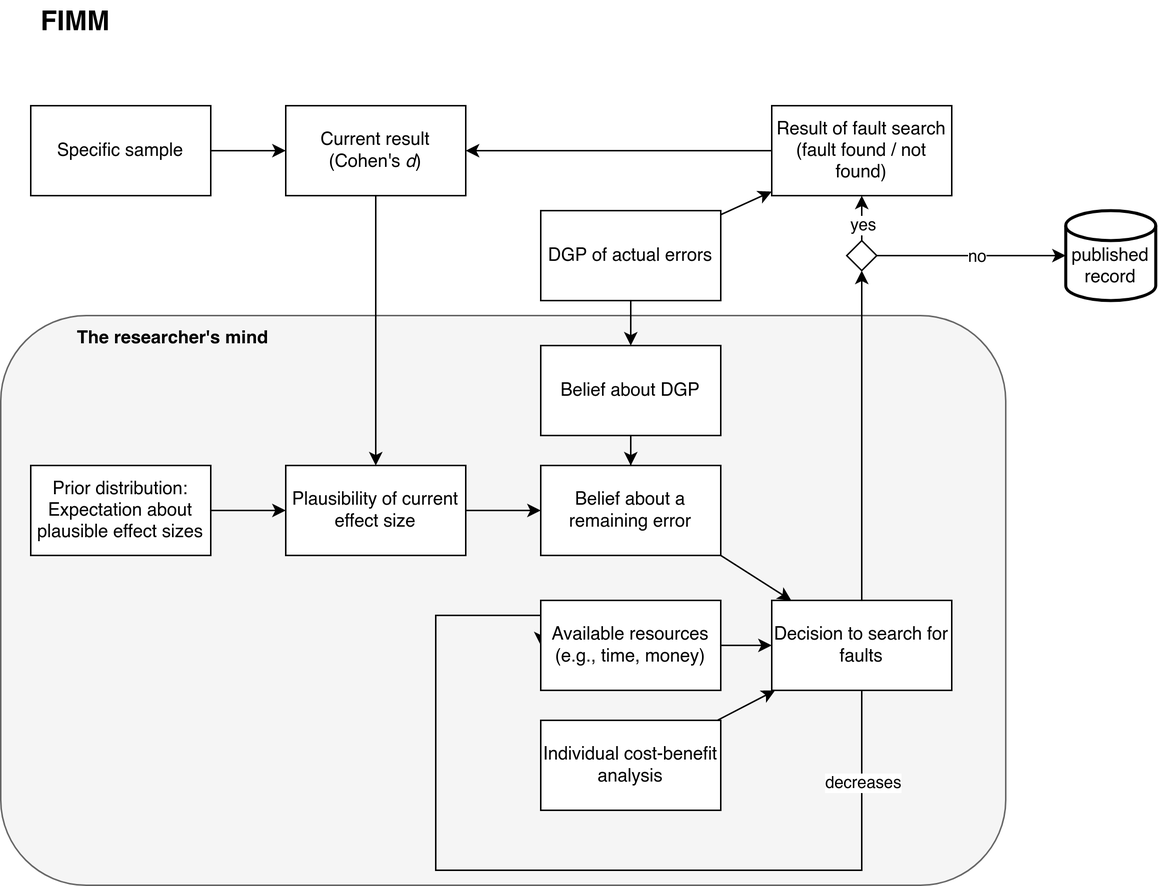
The draw.io diagram scientific_errors_VAST.drawio.png in nicebread/scientific_errors, before a commit. Source tidied: cells renumbered, new cells last; positions are measured from the earlier drawing's top-left corner, leaving out a move shared by most shapes.
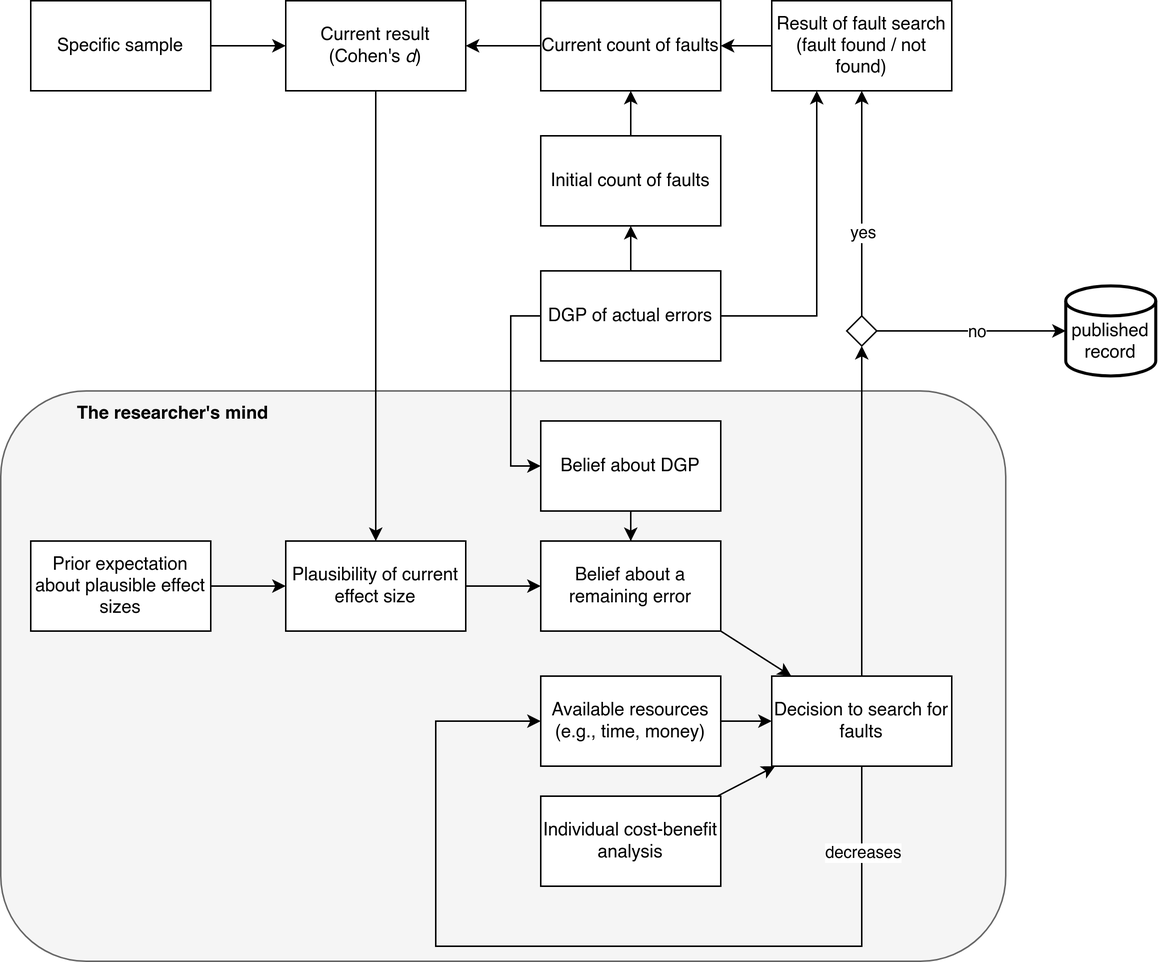
Above is the later version.

Diff of the diagram source:
```diff
@@ -14,15 +14,12 @@
     <mxCell id="5" value="Plausibility of current effect size" style="rounded=0;whiteSpace=wrap;html=1;" parent="1" vertex="1">
       <mxGeometry x="190" y="310" width="120" height="60" as="geometry" />
     </mxCell>
-    <mxCell id="6" value="FIMM" style="text;html=1;strokeColor=none;fillColor=none;align=center;verticalAlign=middle;whiteSpace=wrap;rounded=0;fontStyle=1;fontSize=18;" parent="1" vertex="1">
-      <mxGeometry x="20" width="60" height="30" as="geometry" />
-    </mxCell>
     <mxCell id="7" style="edgeStyle=orthogonalEdgeStyle;rounded=0;jettySize=auto;html=1;exitX=0.5;exitY=1;exitDx=0;exitDy=0;entryX=0;entryY=0.5;entryDx=0;entryDy=0;" parent="1" edge="1" source="9" target="11">
       <mxGeometry relative="1" as="geometry">
         <Array as="points">
           <mxPoint x="574" y="580" />
           <mxPoint x="290" y="580" />
-          <mxPoint x="290" y="410" />
+          <mxPoint x="290" y="430" />
         </Array>
       </mxGeometry>
     </mxCell>
@@ -41,7 +38,7 @@
     <mxCell id="12" style="endArrow=classic;html=1;rounded=0;" parent="1" edge="1" source="11" target="9">
       <mxGeometry relative="1" as="geometry" />
     </mxCell>
-    <mxCell id="13" value="Prior distribution: Expectation about plausible effect sizes" style="rounded=0;whiteSpace=wrap;html=1;" parent="1" vertex="1">
+    <mxCell id="13" value="Prior expectation about plausible effect sizes" style="rounded=0;whiteSpace=wrap;html=1;" parent="1" vertex="1">
       <mxGeometry x="20" y="310" width="120" height="60" as="geometry" />
     </mxCell>
     <mxCell id="14" style="endArrow=classic;html=1;rounded=0;" parent="1" edge="1" source="13" target="5">
@@ -59,8 +56,11 @@
     <mxCell id="18" style="endArrow=classic;html=1;rounded=0;" parent="1" edge="1" source="17" target="9">
       <mxGeometry relative="1" as="geometry" />
     </mxCell>
+    <mxCell id="38" style="edgeStyle=orthogonalEdgeStyle;rounded=0;jettySize=auto;html=1;exitX=0;exitY=0.5;exitDx=0;exitDy=0;entryX=1;entryY=0.5;entryDx=0;entryDy=0;" parent="1" edge="1" source="19" target="43">
+      <mxGeometry relative="1" as="geometry" />
+    </mxCell>
     <mxCell id="19" value="Result of fault search&lt;br&gt;(fault found / not found)" style="rounded=0;whiteSpace=wrap;html=1;" parent="1" vertex="1">
-      <mxGeometry x="514" y="70" width="120" height="60" as="geometry" />
+      <mxGeometry x="514" y="-50" width="120" height="60" as="geometry" />
     </mxCell>
     <mxCell id="20" style="endArrow=classic;html=1;rounded=0;" parent="1" edge="1" source="33" target="19">
       <mxGeometry relative="1" as="geometry" />
@@ -70,26 +70,26 @@
         <mxPoint x="5" as="offset" />
       </mxGeometry>
     </mxCell>
-    <mxCell id="22" style="edgeStyle=orthogonalEdgeStyle;rounded=0;jettySize=auto;html=1;" parent="1" edge="1" source="23" target="37">
+    <mxCell id="22" style="edgeStyle=orthogonalEdgeStyle;rounded=0;jettySize=auto;html=1;exitX=0;exitY=0.5;exitDx=0;exitDy=0;entryX=0;entryY=0.5;entryDx=0;entryDy=0;" parent="1" edge="1" source="23" target="37">
       <mxGeometry relative="1" as="geometry" />
     </mxCell>
+    <mxCell id="24" style="edgeStyle=orthogonalEdgeStyle;rounded=0;jettySize=auto;html=1;exitX=1;exitY=0.5;exitDx=0;exitDy=0;entryX=0.25;entryY=1;entryDx=0;entryDy=0;" parent="1" edge="1" source="23" target="19">
+      <mxGeometry relative="1" as="geometry" />
+    </mxCell>
+    <mxCell id="39" style="edgeStyle=orthogonalEdgeStyle;rounded=0;jettySize=auto;html=1;exitX=0.5;exitY=0;exitDx=0;exitDy=0;entryX=0.5;entryY=1;entryDx=0;entryDy=0;" parent="1" edge="1" source="23" target="41">
+      <mxGeometry relative="1" as="geometry" />
+    </mxCell>
     <mxCell id="23" value="DGP of actual errors" style="rounded=0;whiteSpace=wrap;html=1;" parent="1" vertex="1">
-      <mxGeometry x="360" y="140" width="120" height="60" as="geometry" />
+      <mxGeometry x="360" y="130" width="120" height="60" as="geometry" />
     </mxCell>
-    <mxCell id="24" style="endArrow=classic;html=1;rounded=0;" parent="1" edge="1" source="23" target="19">
-      <mxGeometry relative="1" as="geometry" />
-    </mxCell>
-    <mxCell id="25" style="endArrow=classic;html=1;rounded=0;edgeStyle=orthogonalEdgeStyle;" parent="1" edge="1" source="19" target="26">
-      <mxGeometry relative="1" as="geometry" />
-    </mxCell>
     <mxCell id="26" value="Current result (Cohen's &lt;i&gt;d&lt;/i&gt;)" style="rounded=0;whiteSpace=wrap;html=1;" parent="1" vertex="1">
-      <mxGeometry x="190" y="70" width="120" height="60" as="geometry" />
+      <mxGeometry x="190" y="-50" width="120" height="60" as="geometry" />
     </mxCell>
     <mxCell id="27" style="endArrow=classic;html=1;rounded=0;" parent="1" edge="1" source="26" target="5">
       <mxGeometry relative="1" as="geometry" />
     </mxCell>
     <mxCell id="28" value="Specific sample" style="rounded=0;whiteSpace=wrap;html=1;" parent="1" vertex="1">
-      <mxGeometry x="20" y="70" width="120" height="60" as="geometry" />
+      <mxGeometry x="20" y="-50" width="120" height="60" as="geometry" />
     </mxCell>
     <mxCell id="29" style="edgeStyle=none;jettySize=auto;html=1;rounded=0;" parent="1" edge="1" source="28" target="26">
       <mxGeometry relative="1" as="geometry" />
@@ -125,5 +125,17 @@
     <mxCell id="37" value="Belief about DGP" style="rounded=0;whiteSpace=wrap;html=1;" parent="1" vertex="1">
       <mxGeometry x="360" y="230" width="120" height="60" as="geometry" />
     </mxCell>
+    <mxCell id="40" style="edgeStyle=orthogonalEdgeStyle;rounded=0;jettySize=auto;html=1;exitX=0.5;exitY=0;exitDx=0;exitDy=0;entryX=0.5;entryY=1;entryDx=0;entryDy=0;" parent="1" edge="1" source="41" target="43">
+      <mxGeometry relative="1" as="geometry" />
+    </mxCell>
+    <mxCell id="41" value="Initial count of faults" style="rounded=0;whiteSpace=wrap;html=1;" parent="1" vertex="1">
+      <mxGeometry x="360" y="40" width="120" height="60" as="geometry" />
+    </mxCell>
+    <mxCell id="42" style="edgeStyle=orthogonalEdgeStyle;rounded=0;jettySize=auto;html=1;exitX=0;exitY=0.5;exitDx=0;exitDy=0;entryX=1;entryY=0.5;entryDx=0;entryDy=0;" parent="1" edge="1" source="43" target="26">
+      <mxGeometry relative="1" as="geometry" />
+    </mxCell>
+    <mxCell id="43" value="Current count of faults" style="rounded=0;whiteSpace=wrap;html=1;" parent="1" vertex="1">
+      <mxGeometry x="360" y="-50" width="120" height="60" as="geometry" />
+    </mxCell>
   </root>
 </mxGraphModel>
```
